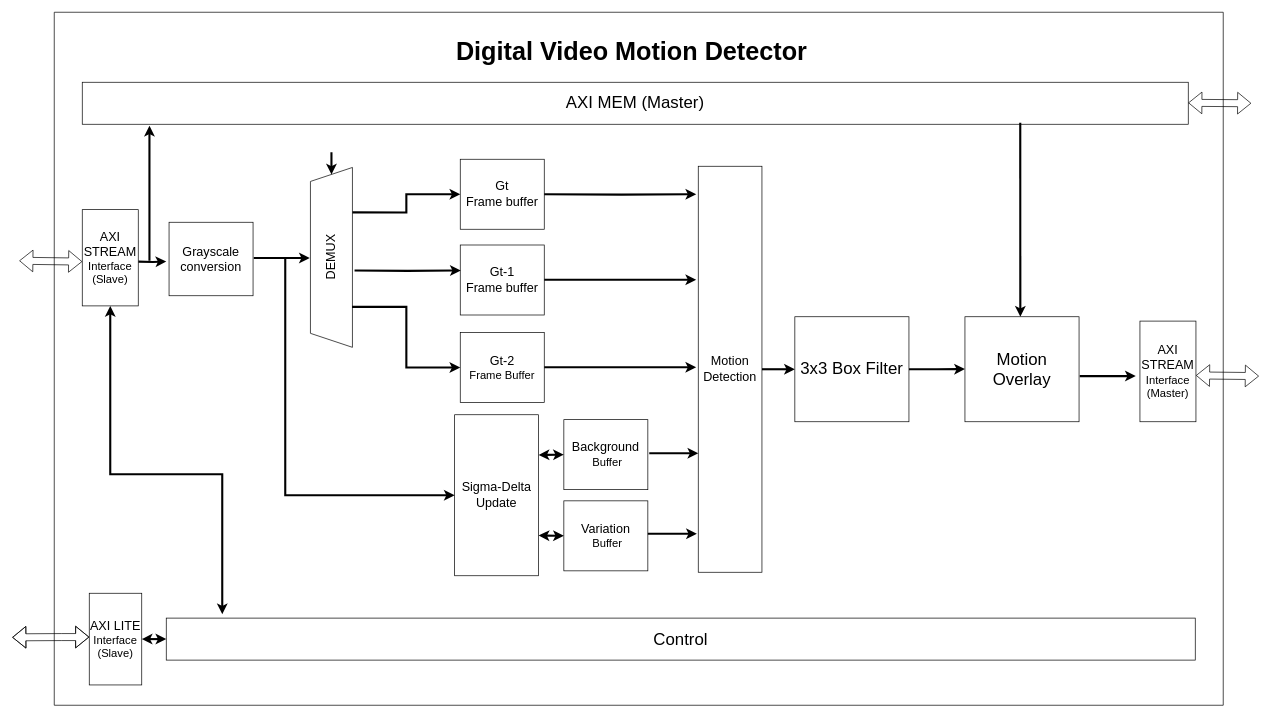
The draw.io diagram drawings/Block_Diagram_v4.drawio in sabarioded/Hardware_for_Digital_Video_Motion_Detector, before the edit. Source tidied: cells renumbered, new cells numbered last; positions are measured from the earlier drawing's top-left corner, leaving out a move shared by most shapes. Both pictures are drawn from the tidied source at 70%, with x=0, y=0 at pixel (12, 12).
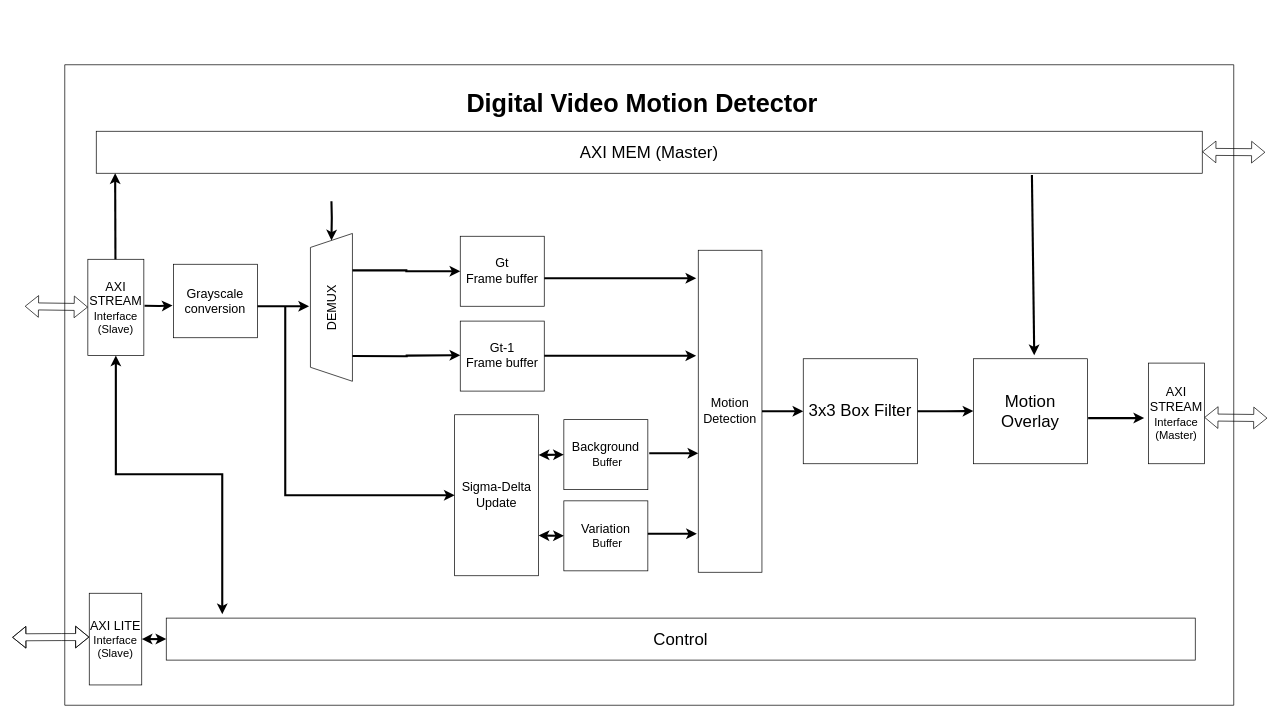
Above is the later version.

Unchanged cells that the change refers to:
```xml
<mxCell id="22" value="&lt;span style=&quot;font-size: 18px;&quot;&gt;Sigma-Delta&lt;/span&gt;&lt;div&gt;&lt;span style=&quot;font-size: 18px;&quot;&gt;Update&lt;/span&gt;&lt;/div&gt;" style="rounded=0;whiteSpace=wrap;html=1;" parent="1" vertex="1">
  <mxGeometry x="632" y="575" width="120" height="230" as="geometry" />
</mxCell>
```

Change to the diagram source:
```diff
@@
     <mxCell id="2" style="edgeStyle=orthogonalEdgeStyle;rounded=0;orthogonalLoop=1;jettySize=auto;html=1;strokeWidth=3;" parent="1" edge="1">
       <mxGeometry relative="1" as="geometry">
-        <mxPoint x="180" y="356.2" as="sourcePoint" />
-        <mxPoint x="220" y="356" as="targetPoint" />
+        <mxPoint x="189" y="419.2" as="sourcePoint" />
+        <mxPoint x="229" y="419" as="targetPoint" />
       </mxGeometry>
     </mxCell>
     <mxCell id="3" value="&lt;font style=&quot;font-size: 18px;&quot;&gt;AXI STREAM&lt;/font&gt;&lt;div&gt;&lt;font size=&quot;3&quot;&gt;Interface&lt;/font&gt;&lt;/div&gt;&lt;div&gt;&lt;font size=&quot;3&quot;&gt;(Slave)&lt;/font&gt;&lt;/div&gt;" style="rounded=0;whiteSpace=wrap;html=1;" parent="1" vertex="1">
-      <mxGeometry x="100" y="282" width="80" height="137.5" as="geometry" />
+      <mxGeometry x="108" y="352.9" width="80" height="137.5" as="geometry" />
     </mxCell>
     <mxCell id="4" style="edgeStyle=orthogonalEdgeStyle;rounded=0;orthogonalLoop=1;jettySize=auto;html=1;strokeWidth=3;" parent="1" edge="1">
       <mxGeometry relative="1" as="geometry">
-        <mxPoint x="345" y="351" as="sourcePoint" />
-        <mxPoint x="425" y="351" as="targetPoint" />
+        <mxPoint x="344" y="420" as="sourcePoint" />
+        <mxPoint x="424" y="420" as="targetPoint" />
       </mxGeometry>
     </mxCell>
     <mxCell id="5" value="&lt;font style=&quot;font-size: 18px;&quot;&gt;Grayscale conversion&lt;/font&gt;" style="whiteSpace=wrap;html=1;" parent="1" vertex="1">
-      <mxGeometry x="224" y="300" width="120" height="105" as="geometry" />
+      <mxGeometry x="230.4" y="360" width="120" height="105" as="geometry" />
     </mxCell>
-    <mxCell id="6" value="&lt;font style=&quot;font-size: 18px;&quot;&gt;Gt-2&lt;/font&gt;&lt;div&gt;&lt;font size=&quot;3&quot;&gt;Frame Buffer&lt;/font&gt;&lt;/div&gt;" style="rounded=0;whiteSpace=wrap;html=1;" parent="1" vertex="1">
-      <mxGeometry x="640" y="457.5" width="120" height="100" as="geometry" />
-    </mxCell>
@@
     <mxCell id="9" value="&lt;font style=&quot;font-size: 24px;&quot;&gt;AXI MEM (Master)&lt;/font&gt;" style="whiteSpace=wrap;html=1;" parent="1" vertex="1">
-      <mxGeometry x="100" y="100" width="1580" height="60" as="geometry" />
+      <mxGeometry x="120" y="170" width="1580" height="60" as="geometry" />
     </mxCell>
     <mxCell id="10" value="&lt;span style=&quot;font-size: 18px;&quot;&gt;Gt-1&lt;/span&gt;&lt;div&gt;&lt;span style=&quot;font-size: 18px;&quot;&gt;Frame buffer&lt;/span&gt;&lt;/div&gt;" style="rounded=0;whiteSpace=wrap;html=1;" parent="1" vertex="1">
-      <mxGeometry x="640" y="332.5" width="120" height="100" as="geometry" />
+      <mxGeometry x="640" y="441.2" width="120" height="100" as="geometry" />
     </mxCell>
@@
     <mxCell id="12" value="&lt;font style=&quot;font-size: 18px;&quot;&gt;Motion Detection&lt;/font&gt;" style="whiteSpace=wrap;html=1;" parent="1" vertex="1">
-      <mxGeometry x="980" y="220" width="91" height="580" as="geometry" />
+      <mxGeometry x="980" y="340" width="91" height="460" as="geometry" />
     </mxCell>
     <mxCell id="13" style="endArrow=classic;html=1;rounded=0;strokeWidth=3;" parent="1" edge="1">
       <mxGeometry relative="1" as="geometry">
-        <mxPoint x="196" y="355" as="sourcePoint" />
-        <mxPoint x="196" y="162" as="targetPoint" />
+        <mxPoint x="147.4" y="353" as="sourcePoint" />
+        <mxPoint x="147" y="230" as="targetPoint" />
       </mxGeometry>
     </mxCell>
     <mxCell id="14" style="edgeStyle=orthogonalEdgeStyle;rounded=0;jettySize=auto;html=1;strokeWidth=3;" parent="1" edge="1" source="15">
       <mxGeometry relative="1" as="geometry">
-        <mxPoint x="1361" y="509.8" as="targetPoint" />
+        <mxPoint x="1373" y="569.8" as="targetPoint" />
       </mxGeometry>
     </mxCell>
     <mxCell id="15" value="&lt;font style=&quot;font-size: 24px;&quot;&gt;3x3 Box Filter&lt;/font&gt;" style="rounded=0;whiteSpace=wrap;html=1;" parent="1" vertex="1">
-      <mxGeometry x="1118" y="435" width="163" height="150" as="geometry" />
+      <mxGeometry x="1130" y="495" width="163" height="150" as="geometry" />
     </mxCell>
-    <mxCell id="16" style="endArrow=classic;html=1;rounded=0;strokeWidth=3;" parent="1" edge="1">
+    <mxCell id="16" style="endArrow=classic;html=1;rounded=0;strokeWidth=3;exitX=0.846;exitY=1.044;exitDx=0;exitDy=0;exitPerimeter=0;" parent="1" edge="1" source="9">
       <mxGeometry relative="1" as="geometry">
-        <mxPoint x="1440" y="158" as="sourcePoint" />
-        <mxPoint x="1440.1" y="435" as="targetPoint" />
+        <mxPoint x="1460" y="490" as="targetPoint" />
       </mxGeometry>
     </mxCell>
     <mxCell id="17" style="endArrow=classic;startArrow=classic;html=1;rounded=0;exitX=0.5;exitY=1;exitDx=0;exitDy=0;strokeWidth=3;" parent="1" edge="1" source="3">
       <mxGeometry relative="1" as="geometry">
         <mxPoint x="300" y="860" as="targetPoint" />
         <Array as="points">
-          <mxPoint x="140" y="660" />
+          <mxPoint x="148" y="660" />
           <mxPoint x="300" y="660" />
         </Array>
       </mxGeometry>
     </mxCell>
     <mxCell id="18" style="shape=flexArrow;endArrow=classic;startArrow=classic;html=1;rounded=0;entryX=0;entryY=0.5;entryDx=0;entryDy=0;" parent="1" edge="1">
       <mxGeometry relative="1" as="geometry">
-        <mxPoint x="10" y="355" as="sourcePoint" />
-        <mxPoint x="100" y="356.2" as="targetPoint" />
+        <mxPoint x="18" y="420" as="sourcePoint" />
+        <mxPoint x="108" y="421.2" as="targetPoint" />
       </mxGeometry>
     </mxCell>
@@
     <mxCell id="20" style="shape=flexArrow;endArrow=classic;startArrow=classic;html=1;rounded=0;entryX=0;entryY=0.5;entryDx=0;entryDy=0;" parent="1" edge="1">
       <mxGeometry relative="1" as="geometry">
-        <mxPoint x="1691" y="518.8" as="sourcePoint" />
-        <mxPoint x="1781" y="519.8" as="targetPoint" />
+        <mxPoint x="1703" y="578.8" as="sourcePoint" />
+        <mxPoint x="1793" y="579.8" as="targetPoint" />
       </mxGeometry>
     </mxCell>
     <mxCell id="21" style="shape=flexArrow;endArrow=classic;startArrow=classic;html=1;rounded=0;" parent="1" edge="1">
       <mxGeometry relative="1" as="geometry">
-        <mxPoint x="1680" y="129.4" as="sourcePoint" />
-        <mxPoint x="1770" y="130" as="targetPoint" />
+        <mxPoint x="1700" y="199.4" as="sourcePoint" />
+        <mxPoint x="1790" y="200" as="targetPoint" />
       </mxGeometry>
     </mxCell>
@@
     <mxCell id="25" style="edgeStyle=orthogonalEdgeStyle;rounded=0;jettySize=auto;html=1;strokeWidth=3;entryX=0;entryY=0.5;entryDx=0;entryDy=0;" parent="1" edge="1" target="22">
       <mxGeometry relative="1" as="geometry">
-        <mxPoint x="390" y="350" as="sourcePoint" />
+        <mxPoint x="390" y="420" as="sourcePoint" />
         <Array as="points">
           <mxPoint x="390" y="690" />
         </Array>
       </mxGeometry>
     </mxCell>
@@
     <mxCell id="28" value="&lt;font style=&quot;font-size: 24px;&quot;&gt;Motion Overlay&lt;/font&gt;" style="rounded=0;whiteSpace=wrap;html=1;" parent="1" vertex="1">
-      <mxGeometry x="1361" y="435" width="163" height="150" as="geometry" />
+      <mxGeometry x="1373" y="495" width="163" height="150" as="geometry" />
     </mxCell>
     <mxCell id="29" value="&lt;font style=&quot;font-size: 18px;&quot;&gt;AXI STREAM&lt;/font&gt;&lt;div&gt;&lt;font size=&quot;3&quot;&gt;Interface&lt;/font&gt;&lt;/div&gt;&lt;div&gt;&lt;font size=&quot;3&quot;&gt;(Master)&lt;/font&gt;&lt;/div&gt;" style="rounded=0;whiteSpace=wrap;html=1;" parent="1" vertex="1">
-      <mxGeometry x="1611" y="441.2" width="80" height="143.8" as="geometry" />
+      <mxGeometry x="1623" y="501.2" width="80" height="143.8" as="geometry" />
     </mxCell>
     <mxCell id="30" style="edgeStyle=orthogonalEdgeStyle;rounded=0;orthogonalLoop=1;jettySize=auto;html=1;strokeWidth=3;" parent="1" edge="1">
       <mxGeometry relative="1" as="geometry">
-        <mxPoint x="1525" y="519.8" as="sourcePoint" />
-        <mxPoint x="1605" y="519.8" as="targetPoint" />
+        <mxPoint x="1537" y="579.8" as="sourcePoint" />
+        <mxPoint x="1617" y="579.8" as="targetPoint" />
       </mxGeometry>
     </mxCell>
     <mxCell id="31" value="&lt;span style=&quot;font-size: 18px;&quot;&gt;Gt&lt;/span&gt;&lt;div&gt;&lt;span style=&quot;font-size: 18px;&quot;&gt;Frame buffer&lt;/span&gt;&lt;/div&gt;" style="rounded=0;whiteSpace=wrap;html=1;" parent="1" vertex="1">
-      <mxGeometry x="640" y="210" width="120" height="100" as="geometry" />
+      <mxGeometry x="640" y="320" width="120" height="100" as="geometry" />
     </mxCell>
     <mxCell id="32" value="&lt;font style=&quot;font-size: 18px;&quot;&gt;DEMUX&lt;/font&gt;" style="shape=trapezoid;perimeter=trapezoidPerimeter;whiteSpace=wrap;html=1;fixedSize=1;rotation=-90;" parent="1" vertex="1">
-      <mxGeometry x="327.5" y="320.2" width="257" height="60" as="geometry" />
+      <mxGeometry x="350.4" y="391.6" width="211.2" height="60" as="geometry" />
     </mxCell>
@@
-    <mxCell id="34" style="edgeStyle=orthogonalEdgeStyle;rounded=0;jettySize=auto;html=1;strokeWidth=3;entryX=0.006;entryY=0.364;entryDx=0;entryDy=0;entryPerimeter=0;" parent="1" edge="1" target="10">
-      <mxGeometry relative="1" as="geometry">
-        <mxPoint x="489" y="369" as="sourcePoint" />
-      </mxGeometry>
-    </mxCell>
     <mxCell id="35" style="edgeStyle=orthogonalEdgeStyle;rounded=0;jettySize=auto;html=1;strokeWidth=3;entryX=1;entryY=0.5;entryDx=0;entryDy=0;" parent="1" edge="1" target="32">
       <mxGeometry relative="1" as="geometry">
-        <mxPoint x="456" y="200" as="sourcePoint" />
+        <mxPoint x="456" y="270" as="sourcePoint" />
       </mxGeometry>
     </mxCell>
-    <mxCell id="36" style="edgeStyle=orthogonalEdgeStyle;rounded=0;jettySize=auto;html=1;strokeWidth=3;entryX=0;entryY=0.5;entryDx=0;entryDy=0;exitX=0.225;exitY=0.99;exitDx=0;exitDy=0;exitPerimeter=0;" parent="1" edge="1" source="32" target="6">
-      <mxGeometry relative="1" as="geometry" />
-    </mxCell>
     <mxCell id="37" style="swimlane;startSize=0;" parent="1" vertex="1">
-      <mxGeometry x="60" width="1670" height="990" as="geometry" />
+      <mxGeometry x="75" y="75" width="1670" height="915" as="geometry" />
     </mxCell>
@@
-    <mxCell id="39" style="edgeStyle=orthogonalEdgeStyle;rounded=0;jettySize=auto;html=1;strokeWidth=3;entryX=-0.032;entryY=0.069;entryDx=0;entryDy=0;entryPerimeter=0;" parent="1" edge="1" target="12">
+    <mxCell id="39" style="edgeStyle=orthogonalEdgeStyle;rounded=0;orthogonalLoop=1;jettySize=auto;html=1;strokeWidth=3;entryX=-0.032;entryY=0.069;entryDx=0;entryDy=0;entryPerimeter=0;" parent="1" edge="1">
       <mxGeometry relative="1" as="geometry">
-        <mxPoint x="760" y="260" as="sourcePoint" />
+        <mxPoint x="760" y="380" as="sourcePoint" />
+        <mxPoint x="977.1" y="380" as="targetPoint" />
       </mxGeometry>
     </mxCell>
     <mxCell id="40" style="edgeStyle=orthogonalEdgeStyle;rounded=0;orthogonalLoop=1;jettySize=auto;html=1;strokeWidth=3;entryX=-0.032;entryY=0.069;entryDx=0;entryDy=0;entryPerimeter=0;" parent="1" edge="1">
       <mxGeometry relative="1" as="geometry">
-        <mxPoint x="760" y="382.1" as="sourcePoint" />
-        <mxPoint x="977" y="382.1" as="targetPoint" />
+        <mxPoint x="760" y="490.7" as="sourcePoint" />
+        <mxPoint x="977" y="490.7" as="targetPoint" />
       </mxGeometry>
     </mxCell>
-    <mxCell id="41" style="edgeStyle=orthogonalEdgeStyle;rounded=0;orthogonalLoop=1;jettySize=auto;html=1;strokeWidth=3;entryX=-0.032;entryY=0.069;entryDx=0;entryDy=0;entryPerimeter=0;" parent="1" edge="1">
-      <mxGeometry relative="1" as="geometry">
-        <mxPoint x="760" y="507.1" as="sourcePoint" />
-        <mxPoint x="977" y="507.1" as="targetPoint" />
-      </mxGeometry>
-    </mxCell>
@@
+    <mxCell id="45" style="edgeStyle=orthogonalEdgeStyle;rounded=0;orthogonalLoop=1;jettySize=auto;html=1;strokeWidth=3;entryX=0;entryY=0.5;entryDx=0;entryDy=0;exitX=0.75;exitY=1;exitDx=0;exitDy=0;" parent="1" edge="1">
+      <mxGeometry relative="1" as="geometry">
+        <mxPoint x="486" y="491" as="sourcePoint" />
+        <mxPoint x="640" y="490" as="targetPoint" />
+      </mxGeometry>
+    </mxCell>
```
